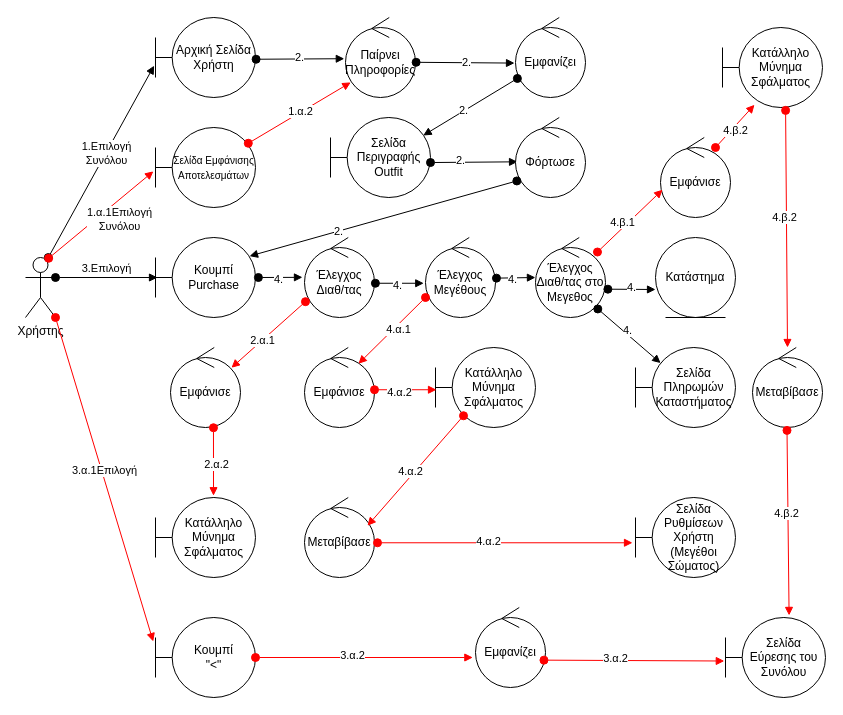
Above: Παραδοτέα/v0.1/components/robustness-diagrams/Robustness_Diagram_Επιλογή_Συνόλου.drawio in WhatToWear-org/WhatToWear (draw.io), before the change. Source tidied: cells renumbered, new cells numbered last; positions are measured from the earlier drawing's top-left corner, leaving out a move shared by most shapes. Both pictures are drawn from the tidied source at 100%, with x=0, y=0 at pixel (25, 17).
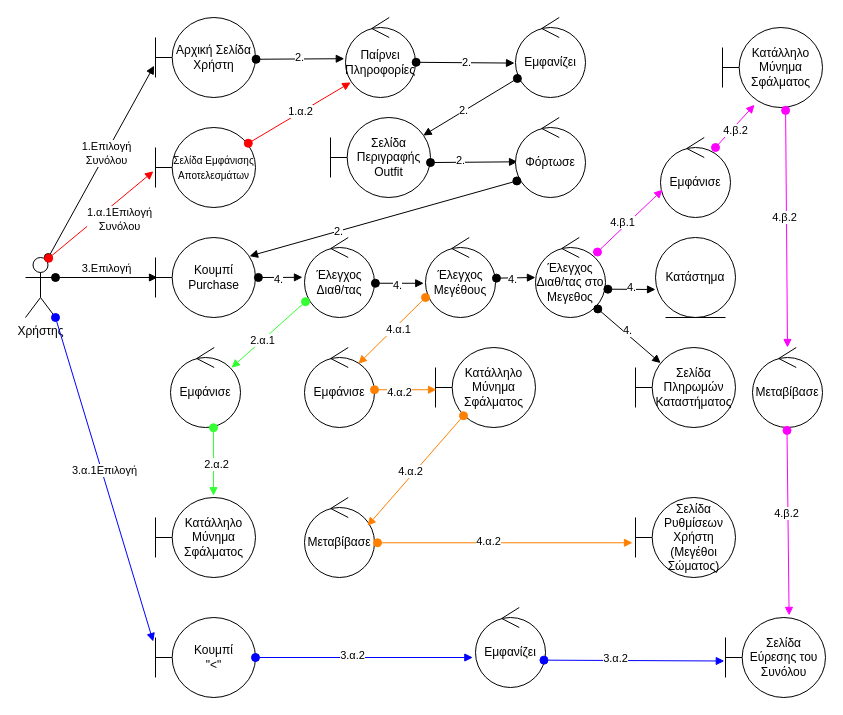
Above is the later version.

Unchanged cells that the change refers to:
```xml
<mxCell id="2" value="Χρήστης" style="shape=umlActor;verticalLabelPosition=bottom;verticalAlign=top;html=1;" parent="1" vertex="1">
  <mxGeometry y="240" width="30" height="60" as="geometry" />
</mxCell>
<mxCell id="18" value="Έλεγχος Μεγέθους" style="ellipse;shape=umlControl;whiteSpace=wrap;html=1;" parent="1" vertex="1">
  <mxGeometry x="400" y="220" width="70" height="80" as="geometry" />
</mxCell>
<mxCell id="23" value="Έλεγχος Διαθ/τας στο Μεγεθος" style="ellipse;shape=umlControl;whiteSpace=wrap;html=1;" parent="1" vertex="1">
  <mxGeometry x="510" y="220" width="70" height="80" as="geometry" />
</mxCell>
<mxCell id="37" value="Κατάλληλο Μύνημα Σφάλματος" style="shape=umlBoundary;whiteSpace=wrap;html=1;" parent="1" vertex="1">
  <mxGeometry x="697" y="10" width="100" height="80" as="geometry" />
</mxCell>
<mxCell id="38" value="Κουμπί &lt;br&gt;&quot;&amp;lt;&quot;" style="shape=umlBoundary;whiteSpace=wrap;html=1;" parent="1" vertex="1">
  <mxGeometry x="130" y="600" width="100" height="80" as="geometry" />
</mxCell>
<mxCell id="40" value="Εμφανίζει" style="ellipse;shape=umlControl;whiteSpace=wrap;html=1;" parent="1" vertex="1">
  <mxGeometry x="450" y="590" width="70" height="80" as="geometry" />
</mxCell>
<mxCell id="43" value="Σελίδα Εύρεσης του Συνόλου" style="shape=umlBoundary;whiteSpace=wrap;html=1;" parent="1" vertex="1">
  <mxGeometry x="700" y="600" width="100" height="80" as="geometry" />
</mxCell>
<mxCell id="46" value="Μεταβίβασε" style="ellipse;shape=umlControl;whiteSpace=wrap;html=1;" parent="1" vertex="1">
  <mxGeometry x="279" y="480" width="70" height="80" as="geometry" />
</mxCell>
<mxCell id="47" value="Σελίδα Ρυθμίσεων Χρήστη (Μεγέθοι&lt;br&gt;Σώματος)" style="shape=umlBoundary;whiteSpace=wrap;html=1;" parent="1" vertex="1">
  <mxGeometry x="610" y="480" width="100" height="80" as="geometry" />
</mxCell>
<mxCell id="50" value="&lt;font style=&quot;font-size: 12px;&quot;&gt;Έλεγχος Διαθ/τας&lt;/font&gt;" style="ellipse;shape=umlControl;whiteSpace=wrap;html=1;" parent="1" vertex="1">
  <mxGeometry x="279" y="220" width="70" height="80" as="geometry" />
</mxCell>
<mxCell id="53" value="Κατάλληλο Μύνημα Σφάλματος" style="shape=umlBoundary;whiteSpace=wrap;html=1;" parent="1" vertex="1">
  <mxGeometry x="130" y="480" width="100" height="80" as="geometry" />
</mxCell>
<mxCell id="56" value="Εμφάνισε" style="ellipse;shape=umlControl;whiteSpace=wrap;html=1;" parent="1" vertex="1">
  <mxGeometry x="635" y="120" width="70" height="80" as="geometry" />
</mxCell>
<mxCell id="61" value="Εμφάνισε" style="ellipse;shape=umlControl;whiteSpace=wrap;html=1;" parent="1" vertex="1">
  <mxGeometry x="279" y="330" width="70" height="80" as="geometry" />
</mxCell>
<mxCell id="62" value="Κατάλληλο Μύνημα Σφάλματος" style="shape=umlBoundary;whiteSpace=wrap;html=1;" parent="1" vertex="1">
  <mxGeometry x="410" y="330" width="100" height="80" as="geometry" />
</mxCell>
<mxCell id="71" value="Εμφάνισε" style="ellipse;shape=umlControl;whiteSpace=wrap;html=1;" parent="1" vertex="1">
  <mxGeometry x="145" y="330" width="70" height="80" as="geometry" />
</mxCell>
<mxCell id="74" value="Μεταβίβασε" style="ellipse;shape=umlControl;whiteSpace=wrap;html=1;" parent="1" vertex="1">
  <mxGeometry x="727" y="330" width="70" height="80" as="geometry" />
</mxCell>
```

Diff of the diagram source:
```diff
@@
-    <mxCell id="39" value="3.α.1Επιλογή" style="html=1;verticalAlign=bottom;startArrow=oval;startFill=1;endArrow=block;startSize=8;curved=0;rounded=0;exitX=1;exitY=1;exitDx=0;exitDy=0;exitPerimeter=0;entryX=-0.023;entryY=0.3;entryDx=0;entryDy=0;entryPerimeter=0;strokeColor=#FF0000;" parent="1" edge="1" source="2" target="38">
+    <mxCell id="39" value="3.α.1Επιλογή" style="html=1;verticalAlign=bottom;startArrow=oval;startFill=1;endArrow=block;startSize=8;curved=0;rounded=0;exitX=1;exitY=1;exitDx=0;exitDy=0;exitPerimeter=0;entryX=-0.023;entryY=0.3;entryDx=0;entryDy=0;entryPerimeter=0;strokeColor=#0000FF;" parent="1" edge="1" source="2" target="38">
       <mxGeometry relative="1" as="geometry" />
     </mxCell>
@@
-    <mxCell id="41" style="html=1;verticalAlign=bottom;startArrow=oval;startFill=1;endArrow=block;startSize=8;curved=0;rounded=0;entryX=-0.038;entryY=0.625;entryDx=0;entryDy=0;entryPerimeter=0;strokeColor=#FF0000;" parent="1" edge="1" source="38" target="40">
+    <mxCell id="41" style="html=1;verticalAlign=bottom;startArrow=oval;startFill=1;endArrow=block;startSize=8;curved=0;rounded=0;entryX=-0.038;entryY=0.625;entryDx=0;entryDy=0;entryPerimeter=0;strokeColor=#0000FF;" parent="1" edge="1" source="38" target="40">
       <mxGeometry relative="1" as="geometry" />
     </mxCell>
@@
-    <mxCell id="44" style="html=1;verticalAlign=bottom;startArrow=oval;startFill=1;endArrow=block;startSize=8;curved=0;rounded=0;exitX=0.978;exitY=0.658;exitDx=0;exitDy=0;exitPerimeter=0;entryX=-0.012;entryY=0.544;entryDx=0;entryDy=0;entryPerimeter=0;strokeColor=#FF0000;" parent="1" edge="1" source="40" target="43">
+    <mxCell id="44" style="html=1;verticalAlign=bottom;startArrow=oval;startFill=1;endArrow=block;startSize=8;curved=0;rounded=0;exitX=0.978;exitY=0.658;exitDx=0;exitDy=0;exitPerimeter=0;entryX=-0.012;entryY=0.544;entryDx=0;entryDy=0;entryPerimeter=0;strokeColor=#0000FF;" parent="1" edge="1" source="40" target="43">
       <mxGeometry relative="1" as="geometry" />
     </mxCell>
@@
-    <mxCell id="54" style="html=1;verticalAlign=bottom;startArrow=oval;startFill=1;endArrow=block;startSize=8;curved=0;rounded=0;exitX=0.014;exitY=0.802;exitDx=0;exitDy=0;exitPerimeter=0;strokeColor=#FF0000;entryX=0.871;entryY=0.253;entryDx=0;entryDy=0;entryPerimeter=0;" parent="1" edge="1" source="50" target="71">
+    <mxCell id="54" style="html=1;verticalAlign=bottom;startArrow=oval;startFill=1;endArrow=block;startSize=8;curved=0;rounded=0;exitX=0.014;exitY=0.802;exitDx=0;exitDy=0;exitPerimeter=0;strokeColor=#33FF33;entryX=0.871;entryY=0.253;entryDx=0;entryDy=0;entryPerimeter=0;" parent="1" edge="1" source="50" target="71">
       <mxGeometry relative="1" as="geometry" />
     </mxCell>
@@
-    <mxCell id="57" style="html=1;verticalAlign=bottom;startArrow=oval;startFill=1;endArrow=block;startSize=8;curved=0;rounded=0;entryX=0.029;entryY=0.653;entryDx=0;entryDy=0;entryPerimeter=0;strokeColor=#FF0000;" parent="1" edge="1" source="23" target="56">
+    <mxCell id="57" style="html=1;verticalAlign=bottom;startArrow=oval;startFill=1;endArrow=block;startSize=8;curved=0;rounded=0;entryX=0.029;entryY=0.653;entryDx=0;entryDy=0;entryPerimeter=0;strokeColor=#FF00FF;" parent="1" edge="1" source="23" target="56">
       <mxGeometry relative="1" as="geometry" />
     </mxCell>
@@
-    <mxCell id="59" style="html=1;verticalAlign=bottom;startArrow=oval;startFill=1;endArrow=block;startSize=8;curved=0;rounded=0;entryX=0.32;entryY=0.966;entryDx=0;entryDy=0;entryPerimeter=0;strokeColor=#FF0000;" parent="1" edge="1" target="37">
+    <mxCell id="59" style="html=1;verticalAlign=bottom;startArrow=oval;startFill=1;endArrow=block;startSize=8;curved=0;rounded=0;entryX=0.32;entryY=0.966;entryDx=0;entryDy=0;entryPerimeter=0;strokeColor=#FF00FF;" parent="1" edge="1" target="37">
       <mxGeometry relative="1" as="geometry">
         <mxPoint x="690" y="130" as="sourcePoint" />
       </mxGeometry>
     </mxCell>
@@
-    <mxCell id="63" style="html=1;verticalAlign=bottom;startArrow=oval;startFill=1;endArrow=block;startSize=8;curved=0;rounded=0;exitX=0;exitY=0.75;exitDx=0;exitDy=0;exitPerimeter=0;entryX=0.771;entryY=0.203;entryDx=0;entryDy=0;entryPerimeter=0;strokeColor=#FF0000;" parent="1" edge="1" source="18" target="61">
+    <mxCell id="63" style="html=1;verticalAlign=bottom;startArrow=oval;startFill=1;endArrow=block;startSize=8;curved=0;rounded=0;exitX=0;exitY=0.75;exitDx=0;exitDy=0;exitPerimeter=0;entryX=0.771;entryY=0.203;entryDx=0;entryDy=0;entryPerimeter=0;strokeColor=#FF8000;" parent="1" edge="1" source="18" target="61">
       <mxGeometry relative="1" as="geometry" />
     </mxCell>
@@
-    <mxCell id="65" style="html=1;verticalAlign=bottom;startArrow=oval;startFill=1;endArrow=block;startSize=8;curved=0;rounded=0;exitX=1;exitY=0.528;exitDx=0;exitDy=0;exitPerimeter=0;entryX=0.01;entryY=0.528;entryDx=0;entryDy=0;entryPerimeter=0;strokeColor=#FF0000;" parent="1" edge="1" source="61" target="62">
+    <mxCell id="65" style="html=1;verticalAlign=bottom;startArrow=oval;startFill=1;endArrow=block;startSize=8;curved=0;rounded=0;exitX=1;exitY=0.528;exitDx=0;exitDy=0;exitPerimeter=0;entryX=0.01;entryY=0.528;entryDx=0;entryDy=0;entryPerimeter=0;strokeColor=#FF8000;" parent="1" edge="1" source="61" target="62">
       <mxGeometry relative="1" as="geometry" />
     </mxCell>
@@
-    <mxCell id="67" style="html=1;verticalAlign=bottom;startArrow=oval;startFill=1;endArrow=block;startSize=8;curved=0;rounded=0;exitX=0.28;exitY=0.853;exitDx=0;exitDy=0;exitPerimeter=0;entryX=0.9;entryY=0.353;entryDx=0;entryDy=0;entryPerimeter=0;strokeColor=#FF0000;" parent="1" edge="1" source="62" target="46">
+    <mxCell id="67" style="html=1;verticalAlign=bottom;startArrow=oval;startFill=1;endArrow=block;startSize=8;curved=0;rounded=0;exitX=0.28;exitY=0.853;exitDx=0;exitDy=0;exitPerimeter=0;entryX=0.9;entryY=0.353;entryDx=0;entryDy=0;entryPerimeter=0;strokeColor=#FF8000;" parent="1" edge="1" source="62" target="46">
       <mxGeometry relative="1" as="geometry" />
     </mxCell>
@@
-    <mxCell id="69" style="html=1;verticalAlign=bottom;startArrow=oval;startFill=1;endArrow=block;startSize=8;curved=0;rounded=0;exitX=1.043;exitY=0.566;exitDx=0;exitDy=0;exitPerimeter=0;entryX=-0.03;entryY=0.566;entryDx=0;entryDy=0;entryPerimeter=0;strokeColor=#FF0000;" parent="1" edge="1" source="46" target="47">
+    <mxCell id="69" style="html=1;verticalAlign=bottom;startArrow=oval;startFill=1;endArrow=block;startSize=8;curved=0;rounded=0;exitX=1.043;exitY=0.566;exitDx=0;exitDy=0;exitPerimeter=0;entryX=-0.03;entryY=0.566;entryDx=0;entryDy=0;entryPerimeter=0;strokeColor=#FF8000;" parent="1" edge="1" source="46" target="47">
       <mxGeometry relative="1" as="geometry" />
     </mxCell>
@@
-    <mxCell id="72" style="html=1;verticalAlign=bottom;startArrow=oval;startFill=1;endArrow=block;startSize=8;curved=0;rounded=0;exitX=0.614;exitY=1.003;exitDx=0;exitDy=0;exitPerimeter=0;strokeColor=#FF0000;entryX=0.58;entryY=-0.022;entryDx=0;entryDy=0;entryPerimeter=0;" parent="1" edge="1" source="71" target="53">
+    <mxCell id="72" style="html=1;verticalAlign=bottom;startArrow=oval;startFill=1;endArrow=block;startSize=8;curved=0;rounded=0;exitX=0.614;exitY=1.003;exitDx=0;exitDy=0;exitPerimeter=0;strokeColor=#33FF33;entryX=0.58;entryY=-0.022;entryDx=0;entryDy=0;entryPerimeter=0;" parent="1" edge="1" source="71" target="53">
       <mxGeometry relative="1" as="geometry" />
     </mxCell>
@@
-    <mxCell id="75" style="html=1;verticalAlign=bottom;startArrow=oval;startFill=1;endArrow=block;startSize=8;curved=0;rounded=0;strokeColor=#FF0000;exitX=0.631;exitY=1.036;exitDx=0;exitDy=0;exitPerimeter=0;" parent="1" edge="1" source="37">
+    <mxCell id="75" style="html=1;verticalAlign=bottom;startArrow=oval;startFill=1;endArrow=block;startSize=8;curved=0;rounded=0;strokeColor=#FF00FF;exitX=0.631;exitY=1.036;exitDx=0;exitDy=0;exitPerimeter=0;" parent="1" edge="1" source="37">
       <mxGeometry relative="1" as="geometry">
         <mxPoint x="762" y="330" as="targetPoint" />
       </mxGeometry>
     </mxCell>
@@
-    <mxCell id="77" style="html=1;verticalAlign=bottom;startArrow=oval;startFill=1;endArrow=block;startSize=8;curved=0;rounded=0;strokeColor=#FF0000;exitX=0.493;exitY=1.036;exitDx=0;exitDy=0;exitPerimeter=0;entryX=0.636;entryY=-0.026;entryDx=0;entryDy=0;entryPerimeter=0;" parent="1" edge="1" source="74" target="43">
+    <mxCell id="77" style="html=1;verticalAlign=bottom;startArrow=oval;startFill=1;endArrow=block;startSize=8;curved=0;rounded=0;strokeColor=#FF00FF;exitX=0.493;exitY=1.036;exitDx=0;exitDy=0;exitPerimeter=0;entryX=0.636;entryY=-0.026;entryDx=0;entryDy=0;entryPerimeter=0;" parent="1" edge="1" source="74" target="43">
       <mxGeometry relative="1" as="geometry" />
     </mxCell>
```
